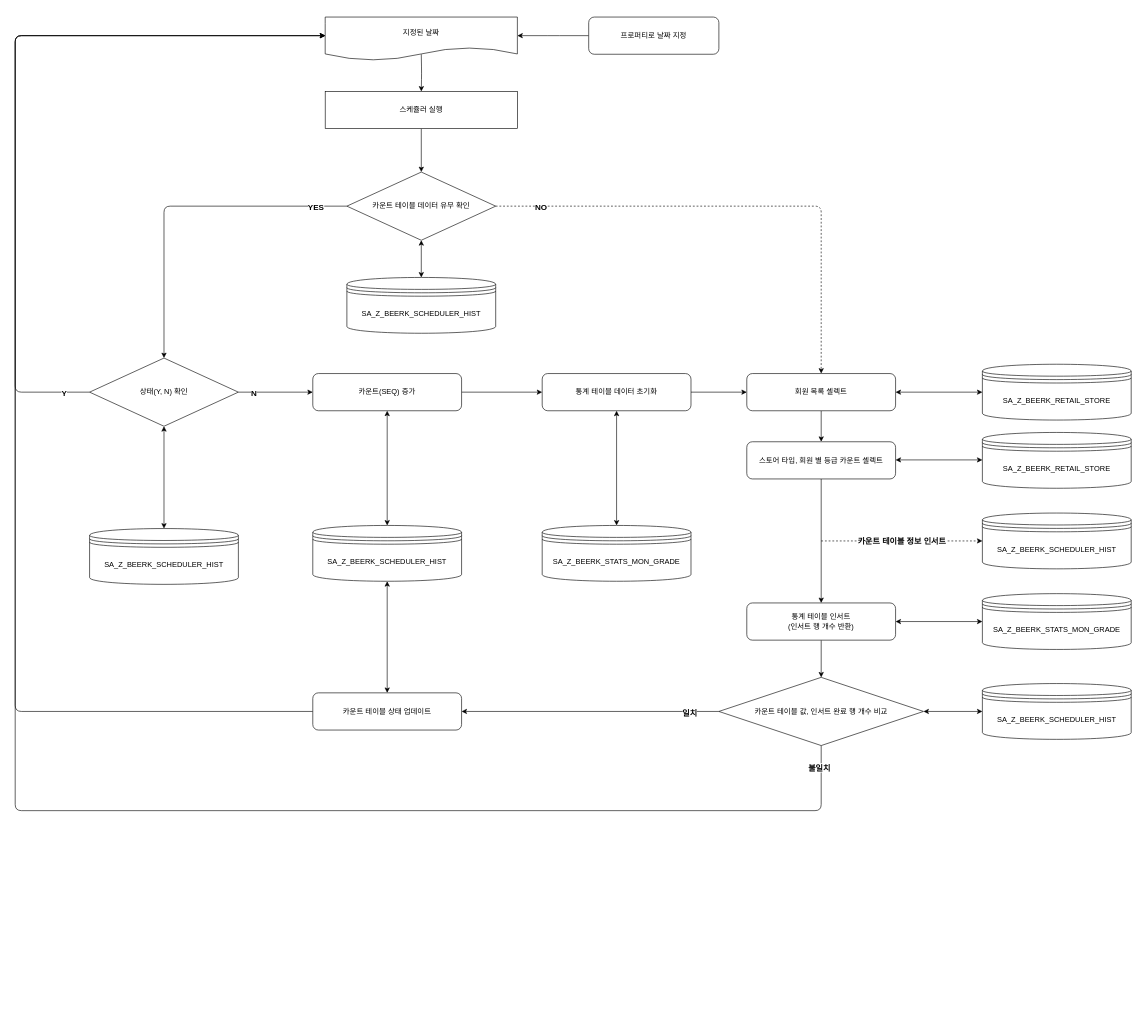
Earlier version of the draw.io diagram BeerK_Batch.drawio (lchj333/Algorism_practice). Source tidied: cells renumbered, new cells numbered last; positions are measured from the earlier drawing's top-left corner, leaving out a move shared by most shapes. Both pictures are drawn from the tidied source at 62%, with x=0, y=0 at pixel (15, 17).
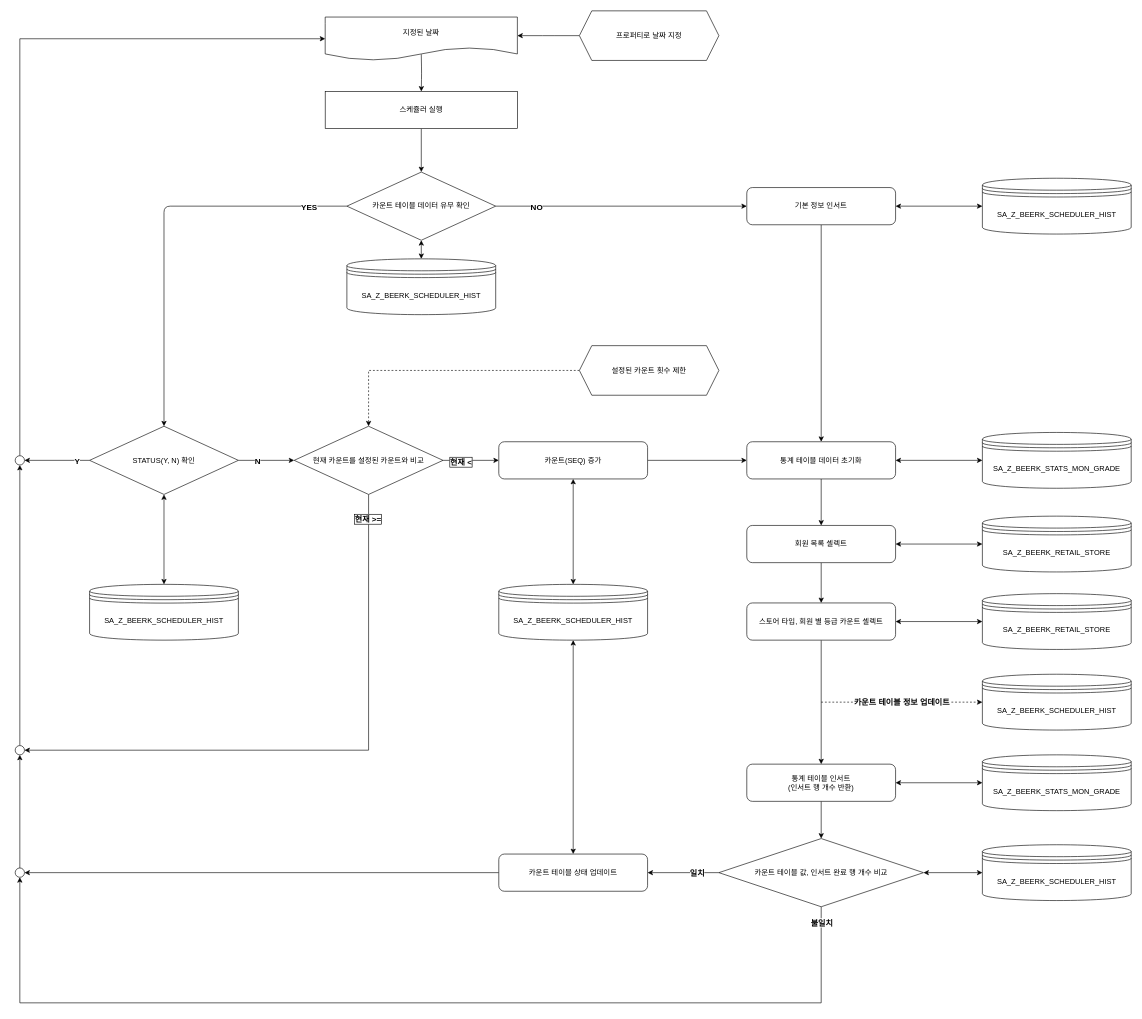
After the change.

The change refers to these unchanged cells:
```xml
<mxCell id="6" value="카운트 테이블 데이터 유무 확인" style="rhombus;whiteSpace=wrap;html=1;rounded=0;sketch=0;" parent="1" vertex="1">
  <mxGeometry x="535" y="250" width="240" height="110" as="geometry" />
</mxCell>
<mxCell id="29" style="edgeStyle=orthogonalEdgeStyle;curved=0;rounded=1;sketch=0;jettySize=auto;html=1;" parent="1" edge="1" source="33" target="24">
  <mxGeometry relative="1" as="geometry" />
</mxCell>
<mxCell id="34" value="&lt;span&gt;지정된 날짜&lt;/span&gt;" style="shape=document;whiteSpace=wrap;html=1;boundedLbl=1;rounded=0;sketch=0;" parent="1" vertex="1">
  <mxGeometry x="500" width="310" height="70" as="geometry" />
</mxCell>
```

Change to the diagram source:
```diff
@@
-    <mxCell id="4" style="edgeStyle=orthogonalEdgeStyle;curved=0;rounded=1;sketch=0;jettySize=auto;html=1;dashed=1;" parent="1" edge="1" source="6" target="13">
-      <mxGeometry relative="1" as="geometry" />
-    </mxCell>
+    <mxCell id="54" style="edgeStyle=orthogonalEdgeStyle;rounded=0;jettySize=auto;html=1;entryX=0;entryY=0.5;entryDx=0;entryDy=0;" parent="1" edge="1" source="6" target="60">
+      <mxGeometry relative="1" as="geometry" />
+    </mxCell>
-    <mxCell id="5" value="NO" style="edgeLabel;html=1;align=center;verticalAlign=middle;fontStyle=1;fontSize=13;" parent="4" vertex="1">
-      <mxGeometry x="-0.78" relative="1" as="geometry">
-        <mxPoint x="-15" as="offset" />
-      </mxGeometry>
+    <mxCell id="5" value="NO" style="edgeLabel;html=1;align=center;verticalAlign=middle;fontStyle=1;fontSize=13;" parent="54" vertex="1">
+      <mxGeometry x="-0.68" relative="1" as="geometry" />
     </mxCell>
@@
-    <mxCell id="10" style="edgeStyle=orthogonalEdgeStyle;curved=0;rounded=1;sketch=0;jettySize=auto;html=1;" parent="1" edge="1" source="11">
+    <mxCell id="10" style="edgeStyle=orthogonalEdgeStyle;curved=0;rounded=1;sketch=0;jettySize=auto;html=1;exitX=0;exitY=0.5;exitDx=0;exitDy=0;" parent="1" edge="1" source="11">
       <mxGeometry relative="1" as="geometry">
         <mxPoint x="810" y="30" as="targetPoint" />
       </mxGeometry>
     </mxCell>
-    <mxCell id="11" value="프로퍼티로 날짜 지정" style="rounded=1;whiteSpace=wrap;html=1;sketch=0;" parent="1" vertex="1">
-      <mxGeometry x="925" width="210" height="60" as="geometry" />
-    </mxCell>
@@
     <mxCell id="13" value="회원 목록 셀렉트" style="rounded=1;whiteSpace=wrap;html=1;sketch=0;" parent="1" vertex="1">
-      <mxGeometry x="1180" y="575" width="240" height="60" as="geometry" />
+      <mxGeometry x="1180" y="820" width="240" height="60" as="geometry" />
     </mxCell>
-    <mxCell id="14" style="edgeStyle=orthogonalEdgeStyle;curved=0;rounded=1;sketch=0;jettySize=auto;html=1;entryX=0;entryY=0.5;entryDx=0;entryDy=0;" parent="1" edge="1" source="18">
-      <mxGeometry relative="1" as="geometry">
-        <mxPoint x="500" y="30" as="targetPoint" />
-        <Array as="points">
-          <mxPoint y="605" />
-          <mxPoint y="30" />
-        </Array>
-      </mxGeometry>
-    </mxCell>
-    <mxCell id="15" value="Y" style="edgeLabel;html=1;align=center;verticalAlign=middle;fontStyle=1;fontSize=13;" parent="14" vertex="1">
-      <mxGeometry x="-0.93" relative="1" as="geometry" />
-    </mxCell>
-    <mxCell id="16" style="edgeStyle=orthogonalEdgeStyle;curved=0;rounded=1;sketch=0;jettySize=auto;html=1;" parent="1" edge="1" source="18" target="20">
+    <mxCell id="16" style="edgeStyle=orthogonalEdgeStyle;curved=0;rounded=1;sketch=0;jettySize=auto;html=1;entryX=0;entryY=0.5;entryDx=0;entryDy=0;" parent="1" edge="1" source="18" target="66">
       <mxGeometry relative="1" as="geometry" />
     </mxCell>
     <mxCell id="17" value="N" style="edgeLabel;html=1;align=center;verticalAlign=middle;fontStyle=1;fontSize=13;" parent="16" vertex="1">
-      <mxGeometry x="-0.6" y="-1" relative="1" as="geometry" />
+      <mxGeometry x="-0.6" y="-1" relative="1" as="geometry">
+        <mxPoint x="12.3" y="-1" as="offset" />
+      </mxGeometry>
     </mxCell>
+    <mxCell id="55" style="edgeStyle=orthogonalEdgeStyle;rounded=0;jettySize=auto;html=1;entryX=1;entryY=0.5;entryDx=0;entryDy=0;startArrow=none;startFill=0;endArrow=classic;endFill=1;fontSize=13;" parent="1" edge="1" source="18" target="72">
+      <mxGeometry relative="1" as="geometry" />
+    </mxCell>
+    <mxCell id="15" value="Y" style="edgeLabel;html=1;align=center;verticalAlign=middle;fontSize=13;fontStyle=1;" parent="55" vertex="1">
+      <mxGeometry x="-0.78" y="1" relative="1" as="geometry">
+        <mxPoint x="-8.2" y="-1" as="offset" />
+      </mxGeometry>
+    </mxCell>
-    <mxCell id="18" value="상태(Y, N) 확인" style="rhombus;whiteSpace=wrap;html=1;rounded=0;sketch=0;" parent="1" vertex="1">
-      <mxGeometry x="120" y="550" width="240" height="110" as="geometry" />
+    <mxCell id="18" value="STATUS(Y, N) 확인" style="rhombus;whiteSpace=wrap;html=1;rounded=0;sketch=0;" parent="1" vertex="1">
+      <mxGeometry x="120" y="660" width="240" height="110" as="geometry" />
     </mxCell>
@@
     <mxCell id="20" value="카운트(SEQ) 증가" style="rounded=1;whiteSpace=wrap;html=1;sketch=0;" parent="1" vertex="1">
-      <mxGeometry x="480" y="575" width="240" height="60" as="geometry" />
+      <mxGeometry x="780" y="685" width="240" height="60" as="geometry" />
     </mxCell>
-    <mxCell id="21" style="edgeStyle=orthogonalEdgeStyle;curved=0;rounded=1;sketch=0;jettySize=auto;html=1;entryX=0;entryY=0.5;entryDx=0;entryDy=0;" parent="1" edge="1" source="22" target="13">
-      <mxGeometry relative="1" as="geometry" />
+    <mxCell id="21" style="edgeStyle=orthogonalEdgeStyle;curved=0;rounded=1;sketch=0;jettySize=auto;html=1;entryX=0.5;entryY=0;entryDx=0;entryDy=0;" parent="1" edge="1" source="22" target="13">
+      <mxGeometry relative="1" as="geometry">
+        <Array as="points">
+          <mxPoint x="1300" y="700" />
+          <mxPoint x="1300" y="700" />
+        </Array>
+      </mxGeometry>
     </mxCell>
     <mxCell id="22" value="통계 테이블 데이터 초기화" style="rounded=1;whiteSpace=wrap;html=1;sketch=0;" parent="1" vertex="1">
-      <mxGeometry x="850" y="575" width="240" height="60" as="geometry" />
+      <mxGeometry x="1180" y="685" width="240" height="60" as="geometry" />
     </mxCell>
-    <mxCell id="23" style="edgeStyle=orthogonalEdgeStyle;curved=0;rounded=1;sketch=0;jettySize=auto;html=1;entryX=0;entryY=0.5;entryDx=0;entryDy=0;exitX=0;exitY=0.5;exitDx=0;exitDy=0;" parent="1" edge="1" source="24">
-      <mxGeometry relative="1" as="geometry">
-        <mxPoint x="500" y="30" as="targetPoint" />
-        <Array as="points">
-          <mxPoint y="1120" />
-          <mxPoint y="30" />
-        </Array>
-      </mxGeometry>
-    </mxCell>
+    <mxCell id="56" style="edgeStyle=orthogonalEdgeStyle;rounded=0;jettySize=auto;html=1;entryX=1;entryY=0.5;entryDx=0;entryDy=0;startArrow=none;startFill=0;endArrow=classic;endFill=1;fontSize=13;" parent="1" edge="1" source="24" target="74">
+      <mxGeometry relative="1" as="geometry" />
+    </mxCell>
     <mxCell id="24" value="카운트 테이블 상태 업데이트" style="rounded=1;whiteSpace=wrap;html=1;sketch=0;" parent="1" vertex="1">
-      <mxGeometry x="480" y="1090" width="240" height="60" as="geometry" />
+      <mxGeometry x="780" y="1350" width="240" height="60" as="geometry" />
     </mxCell>
@@
     <mxCell id="26" value="통계 테이블 인서트&lt;br&gt;(인서트 행 개수 반환)" style="rounded=1;whiteSpace=wrap;html=1;sketch=0;" parent="1" vertex="1">
-      <mxGeometry x="1180" y="945" width="240" height="60" as="geometry" />
+      <mxGeometry x="1180" y="1205" width="240" height="60" as="geometry" />
     </mxCell>
@@
     <mxCell id="28" value="스토어 타입, 회원 별 등급 카운트 셀렉트" style="rounded=1;whiteSpace=wrap;html=1;sketch=0;" parent="1" vertex="1">
-      <mxGeometry x="1180" y="685" width="240" height="60" as="geometry" />
+      <mxGeometry x="1180" y="945" width="240" height="60" as="geometry" />
     </mxCell>
@@
     <mxCell id="30" value="일치" style="edgeLabel;html=1;align=center;verticalAlign=middle;fontStyle=1;fontSize=13;" parent="29" vertex="1">
-      <mxGeometry x="-0.77" y="2" relative="1" as="geometry" />
+      <mxGeometry x="-0.77" y="2" relative="1" as="geometry">
+        <mxPoint x="-22.1" y="-2" as="offset" />
+      </mxGeometry>
     </mxCell>
-    <mxCell id="31" style="edgeStyle=orthogonalEdgeStyle;curved=0;rounded=1;sketch=0;jettySize=auto;html=1;entryX=0;entryY=0.5;entryDx=0;entryDy=0;" parent="1" edge="1" source="33">
-      <mxGeometry relative="1" as="geometry">
-        <mxPoint x="500" y="30" as="targetPoint" />
-        <Array as="points">
-          <mxPoint x="1300" y="1280" />
-          <mxPoint y="1280" />
-          <mxPoint y="30" />
-        </Array>
-      </mxGeometry>
-    </mxCell>
+    <mxCell id="57" style="edgeStyle=orthogonalEdgeStyle;rounded=0;jettySize=auto;html=1;startArrow=none;startFill=0;endArrow=classic;endFill=1;fontSize=13;entryX=0.5;entryY=1;entryDx=0;entryDy=0;" parent="1" edge="1" source="33" target="74">
+      <mxGeometry relative="1" as="geometry">
+        <Array as="points">
+          <mxPoint x="1300" y="1590" />
+          <mxPoint x="7" y="1590" />
+        </Array>
+      </mxGeometry>
+    </mxCell>
-    <mxCell id="32" value="불일치" style="edgeLabel;html=1;align=center;verticalAlign=middle;fontStyle=1;fontSize=13;" parent="31" vertex="1">
-      <mxGeometry x="-0.76" y="-2" relative="1" as="geometry">
-        <mxPoint x="270.7" y="-68" as="offset" />
-      </mxGeometry>
+    <mxCell id="32" value="불일치" style="edgeLabel;html=1;align=center;verticalAlign=middle;fontSize=13;fontStyle=1;" parent="57" vertex="1">
+      <mxGeometry x="-0.97" relative="1" as="geometry" />
     </mxCell>
     <mxCell id="33" value="카운트 테이블 값, 인서트 완료 행 개수 비교" style="rhombus;whiteSpace=wrap;html=1;rounded=0;sketch=0;fontSize=12;" parent="1" vertex="1">
-      <mxGeometry x="1135" y="1065" width="330" height="110" as="geometry" />
+      <mxGeometry x="1135" y="1325" width="330" height="110" as="geometry" />
     </mxCell>
@@
     <mxCell id="35" value="SA_Z_BEERK_RETAIL_STORE" style="shape=datastore;whiteSpace=wrap;html=1;rounded=0;sketch=0;" parent="1" vertex="1">
-      <mxGeometry x="1560" y="670" width="240" height="90" as="geometry" />
+      <mxGeometry x="1560" y="930" width="240" height="90" as="geometry" />
     </mxCell>
     <mxCell id="36" value="SA_Z_BEERK_RETAIL_STORE" style="shape=datastore;whiteSpace=wrap;html=1;rounded=0;sketch=0;" parent="1" vertex="1">
-      <mxGeometry x="1560" y="560" width="240" height="90" as="geometry" />
+      <mxGeometry x="1560" y="805" width="240" height="90" as="geometry" />
     </mxCell>
     <mxCell id="37" value="&lt;span&gt;SA_Z_BEERK_SCHEDULER_HIST&lt;/span&gt;" style="shape=datastore;whiteSpace=wrap;html=1;rounded=0;sketch=0;" parent="1" vertex="1">
-      <mxGeometry x="1560" y="1075" width="240" height="90" as="geometry" />
+      <mxGeometry x="1560" y="1335" width="240" height="90" as="geometry" />
     </mxCell>
     <mxCell id="38" value="SA_Z_BEERK_STATS_MON_GRADE" style="shape=datastore;whiteSpace=wrap;html=1;rounded=0;sketch=0;" parent="1" vertex="1">
-      <mxGeometry x="1560" y="930" width="240" height="90" as="geometry" />
+      <mxGeometry x="1560" y="1190" width="240" height="90" as="geometry" />
     </mxCell>
     <mxCell id="39" value="&lt;span&gt;SA_Z_BEERK_SCHEDULER_HIST&lt;/span&gt;" style="shape=datastore;whiteSpace=wrap;html=1;rounded=0;sketch=0;" parent="1" vertex="1">
-      <mxGeometry x="120" y="825" width="240" height="90" as="geometry" />
+      <mxGeometry x="120" y="915" width="240" height="90" as="geometry" />
     </mxCell>
     <mxCell id="40" value="SA_Z_BEERK_SCHEDULER_HIST" style="shape=datastore;whiteSpace=wrap;html=1;rounded=0;sketch=0;" parent="1" vertex="1">
-      <mxGeometry x="535" y="420" width="240" height="90" as="geometry" />
+      <mxGeometry x="535" y="390" width="240" height="90" as="geometry" />
     </mxCell>
     <mxCell id="41" value="SA_Z_BEERK_STATS_MON_GRADE" style="shape=datastore;whiteSpace=wrap;html=1;rounded=0;sketch=0;" parent="1" vertex="1">
-      <mxGeometry x="850" y="820" width="240" height="90" as="geometry" />
+      <mxGeometry x="1560" y="670" width="240" height="90" as="geometry" />
     </mxCell>
@@
-    <mxCell id="46" style="endArrow=classic;startArrow=classic;html=1;exitX=0;exitY=0.5;exitDx=0;exitDy=0;entryX=1;entryY=0.5;entryDx=0;entryDy=0;" parent="1" edge="1">
-      <mxGeometry relative="1" as="geometry">
-        <mxPoint x="1560" y="714.3" as="sourcePoint" />
-        <mxPoint x="1420" y="714.3" as="targetPoint" />
-      </mxGeometry>
+    <mxCell id="46" style="endArrow=classic;startArrow=classic;html=1;exitX=0;exitY=0.5;exitDx=0;exitDy=0;entryX=1;entryY=0.5;entryDx=0;entryDy=0;" parent="1" edge="1" source="35" target="28">
+      <mxGeometry relative="1" as="geometry" />
     </mxCell>
@@
     <mxCell id="48" value="SA_Z_BEERK_SCHEDULER_HIST" style="shape=datastore;whiteSpace=wrap;html=1;rounded=0;sketch=0;" parent="1" vertex="1">
-      <mxGeometry x="480" y="820" width="240" height="90" as="geometry" />
+      <mxGeometry x="780" y="915" width="240" height="90" as="geometry" />
     </mxCell>
@@
-    <mxCell id="51" style="endArrow=classic;startArrow=classic;html=1;entryX=0.5;entryY=1;entryDx=0;entryDy=0;exitX=0.5;exitY=0;exitDx=0;exitDy=0;" parent="1" edge="1" source="41" target="22">
+    <mxCell id="51" style="endArrow=classic;startArrow=classic;html=1;entryX=1;entryY=0.5;entryDx=0;entryDy=0;exitX=0;exitY=0.5;exitDx=0;exitDy=0;" parent="1" edge="1" source="41" target="22">
       <mxGeometry relative="1" as="geometry" />
     </mxCell>
     <mxCell id="52" value="SA_Z_BEERK_SCHEDULER_HIST" style="shape=datastore;whiteSpace=wrap;html=1;rounded=0;sketch=0;" parent="1" vertex="1">
-      <mxGeometry x="1560" y="800" width="240" height="90" as="geometry" />
+      <mxGeometry x="1560" y="1060" width="240" height="90" as="geometry" />
     </mxCell>
-    <mxCell id="53" value="&lt;span style=&quot;font-size: 13px;&quot;&gt;&lt;font style=&quot;font-size: 13px;&quot;&gt;카운트 테이블 정보 인서트&lt;/font&gt;&lt;/span&gt;" style="endArrow=classic;endSize=6;dashed=1;html=1;fontSize=13;entryX=0;entryY=0.5;entryDx=0;entryDy=0;endFill=1;jumpSize=6;fontStyle=1;" parent="1" edge="1" target="52">
+    <mxCell id="53" value="&lt;span style=&quot;font-size: 13px&quot;&gt;&lt;font style=&quot;font-size: 13px&quot;&gt;카운트 테이블 정보 업데이트&lt;/font&gt;&lt;/span&gt;" style="endArrow=classic;endSize=6;dashed=1;html=1;fontSize=13;entryX=0;entryY=0.5;entryDx=0;entryDy=0;endFill=1;jumpSize=6;fontStyle=1;" parent="1" edge="1" target="52">
       <mxGeometry relative="1" as="geometry">
-        <mxPoint x="1300" y="845" as="sourcePoint" />
+        <mxPoint x="1300" y="1105" as="sourcePoint" />
       </mxGeometry>
     </mxCell>
+    <mxCell id="58" style="edgeStyle=orthogonalEdgeStyle;rounded=0;jettySize=auto;html=1;entryX=0;entryY=0.5;entryDx=0;entryDy=0;fontSize=13;startArrow=classic;startFill=1;" parent="1" edge="1" source="60" target="61">
+      <mxGeometry relative="1" as="geometry" />
+    </mxCell>
+    <mxCell id="59" style="edgeStyle=orthogonalEdgeStyle;rounded=0;jettySize=auto;html=1;entryX=0.5;entryY=0;entryDx=0;entryDy=0;startArrow=none;startFill=0;fontSize=13;" parent="1" edge="1" source="60" target="22">
+      <mxGeometry relative="1" as="geometry" />
+    </mxCell>
+    <mxCell id="60" value="기본 정보 인서트" style="rounded=1;whiteSpace=wrap;html=1;sketch=0;" parent="1" vertex="1">
+      <mxGeometry x="1180" y="275" width="240" height="60" as="geometry" />
+    </mxCell>
+    <mxCell id="61" value="SA_Z_BEERK_SCHEDULER_HIST" style="shape=datastore;whiteSpace=wrap;html=1;rounded=0;sketch=0;" parent="1" vertex="1">
+      <mxGeometry x="1560" y="260" width="240" height="90" as="geometry" />
+    </mxCell>
+    <mxCell id="62" style="edgeStyle=orthogonalEdgeStyle;rounded=0;jettySize=auto;html=1;entryX=0;entryY=0.5;entryDx=0;entryDy=0;startArrow=none;startFill=0;fontSize=13;exitX=1;exitY=0.5;exitDx=0;exitDy=0;" parent="1" edge="1" source="66" target="20">
+      <mxGeometry relative="1" as="geometry" />
+    </mxCell>
+    <mxCell id="63" value="현재 &amp;lt;" style="edgeLabel;html=1;align=center;verticalAlign=middle;fontSize=13;fontStyle=1;labelBorderColor=#000000;" parent="62" vertex="1">
+      <mxGeometry x="-0.89" y="-2" relative="1" as="geometry">
+        <mxPoint x="23.5" as="offset" />
+      </mxGeometry>
+    </mxCell>
+    <mxCell id="64" style="edgeStyle=orthogonalEdgeStyle;rounded=0;jettySize=auto;html=1;startArrow=none;startFill=0;fontSize=13;endArrow=classic;endFill=1;entryX=1;entryY=0.5;entryDx=0;entryDy=0;" parent="1" edge="1" source="66" target="70">
+      <mxGeometry relative="1" as="geometry">
+        <Array as="points">
+          <mxPoint x="570" y="1183" />
+        </Array>
+      </mxGeometry>
+    </mxCell>
+    <mxCell id="65" value="현재 &amp;gt;=" style="edgeLabel;html=1;align=center;verticalAlign=middle;fontSize=13;fontStyle=1;labelBorderColor=#000000;" parent="64" vertex="1">
+      <mxGeometry x="-0.92" y="-2" relative="1" as="geometry" />
+    </mxCell>
+    <mxCell id="66" value="현재 카운트를 설정된 카운트와 비교" style="rhombus;whiteSpace=wrap;html=1;rounded=0;sketch=0;" parent="1" vertex="1">
+      <mxGeometry x="450" y="660" width="240" height="110" as="geometry" />
+    </mxCell>
+    <mxCell id="11" value="&lt;span style=&quot;font-size: 12px&quot;&gt;프로퍼티로 날짜 지정&lt;/span&gt;" style="shape=hexagon;perimeter=hexagonPerimeter2;whiteSpace=wrap;html=1;fixedSize=1;fontSize=13;" parent="1" vertex="1">
+      <mxGeometry x="910" y="-10" width="225" height="80" as="geometry" />
+    </mxCell>
+    <mxCell id="67" style="edgeStyle=orthogonalEdgeStyle;rounded=0;jettySize=auto;html=1;entryX=0.5;entryY=0;entryDx=0;entryDy=0;dashed=1;startArrow=none;startFill=0;endArrow=classic;endFill=1;fontSize=13;" parent="1" edge="1" source="68" target="66">
+      <mxGeometry relative="1" as="geometry" />
+    </mxCell>
+    <mxCell id="68" value="&lt;span style=&quot;font-size: 12px&quot;&gt;설정된 카운트 횟수 제한&lt;/span&gt;" style="shape=hexagon;perimeter=hexagonPerimeter2;whiteSpace=wrap;html=1;fixedSize=1;fontSize=13;" parent="1" vertex="1">
+      <mxGeometry x="910" y="530" width="225" height="80" as="geometry" />
+    </mxCell>
+    <mxCell id="69" style="edgeStyle=orthogonalEdgeStyle;rounded=0;jettySize=auto;html=1;entryX=0.5;entryY=1;entryDx=0;entryDy=0;startArrow=none;startFill=0;endArrow=classic;endFill=1;fontSize=13;" parent="1" edge="1" source="70" target="72">
+      <mxGeometry relative="1" as="geometry" />
+    </mxCell>
+    <mxCell id="70" style="ellipse;whiteSpace=wrap;html=1;fontSize=13;" parent="1" vertex="1">
+      <mxGeometry y="1175" width="15" height="15" as="geometry" />
+    </mxCell>
+    <mxCell id="71" style="edgeStyle=orthogonalEdgeStyle;rounded=0;jettySize=auto;html=1;startArrow=none;startFill=0;endArrow=classic;endFill=1;fontSize=13;entryX=0;entryY=0.5;entryDx=0;entryDy=0;" parent="1" edge="1" source="72" target="34">
+      <mxGeometry relative="1" as="geometry">
+        <Array as="points">
+          <mxPoint x="7" y="35" />
+        </Array>
+      </mxGeometry>
+    </mxCell>
+    <mxCell id="72" style="ellipse;whiteSpace=wrap;html=1;fontSize=13;" parent="1" vertex="1">
+      <mxGeometry y="707.5" width="15" height="15" as="geometry" />
+    </mxCell>
+    <mxCell id="73" style="edgeStyle=orthogonalEdgeStyle;rounded=0;jettySize=auto;html=1;entryX=0.5;entryY=1;entryDx=0;entryDy=0;startArrow=none;startFill=0;endArrow=classic;endFill=1;fontSize=13;" parent="1" edge="1" source="74" target="70">
+      <mxGeometry relative="1" as="geometry" />
+    </mxCell>
+    <mxCell id="74" style="ellipse;whiteSpace=wrap;html=1;fontSize=13;" parent="1" vertex="1">
+      <mxGeometry y="1372.5" width="15" height="15" as="geometry" />
+    </mxCell>
```
